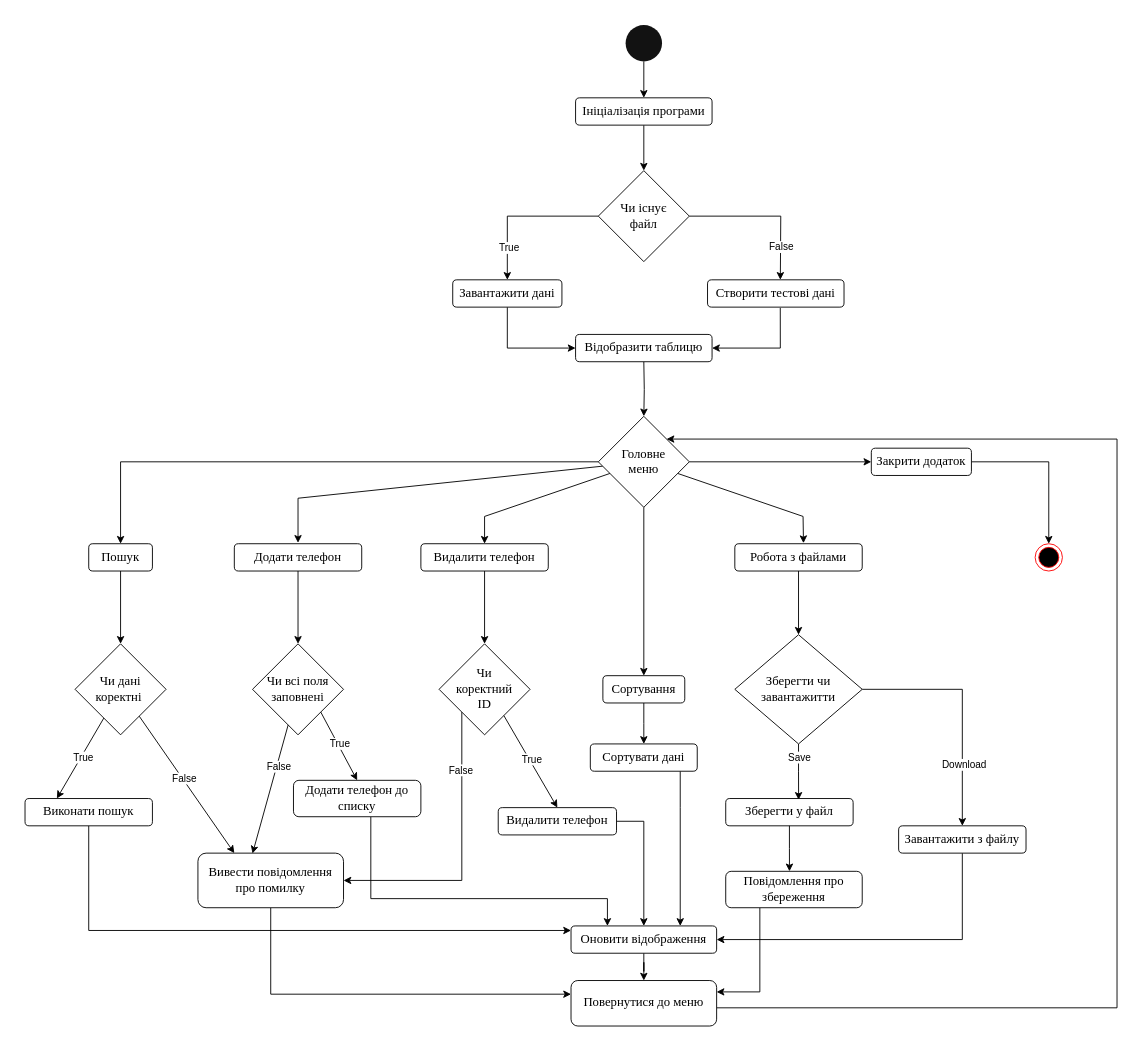
Before: page "activity-diagram" (2 of 2) of usage-chart.drawio in HikiIN/mobile-inventory, a draw.io diagram. Source tidied: cells renumbered, new cells numbered last; positions are measured from the earlier drawing's top-left corner, leaving out a move shared by most shapes. Both pictures are drawn from the tidied source at 91%, with x=0, y=0 at pixel (25, 25).
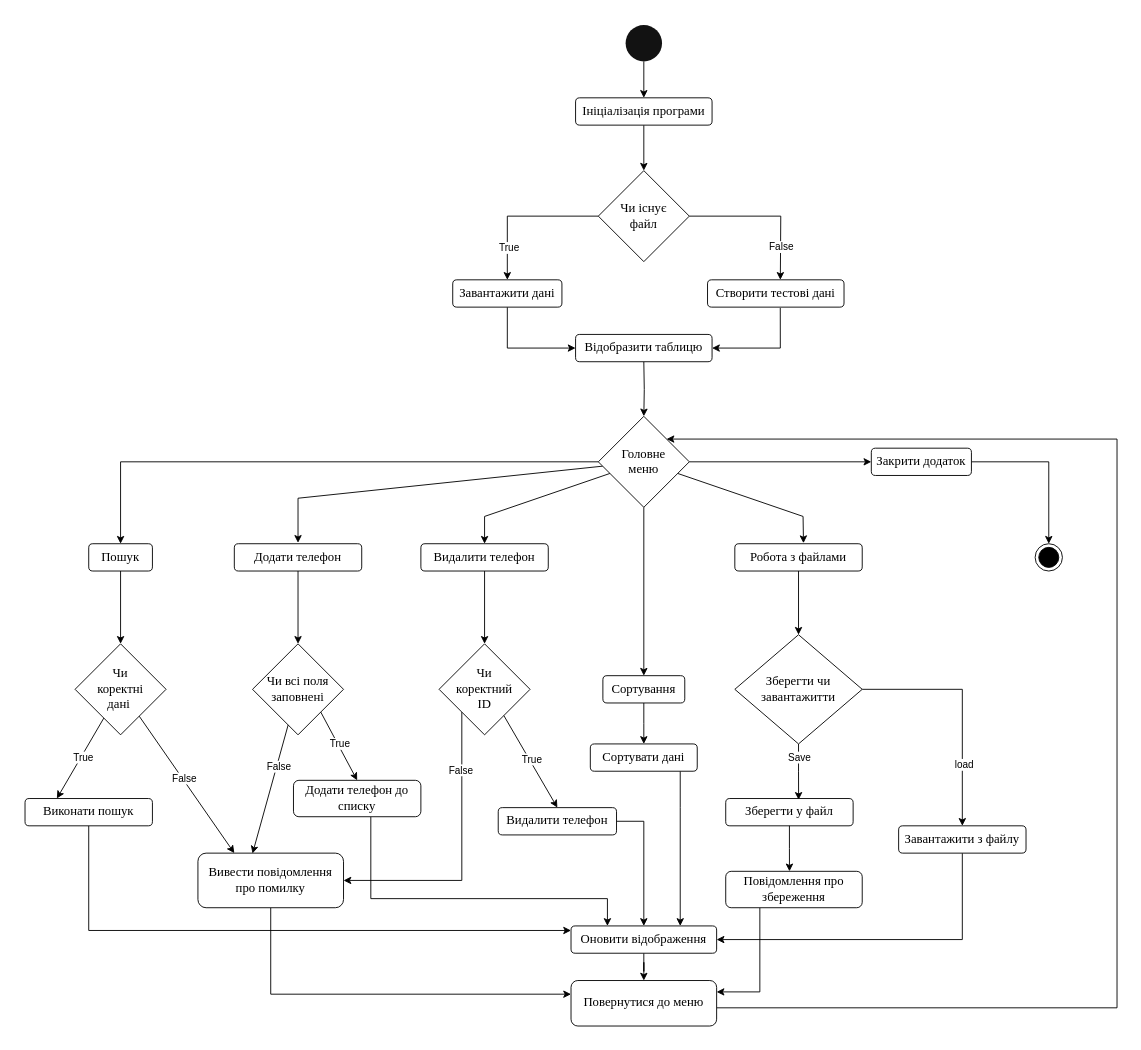
Above is the later version.

The change refers to these unchanged cells:
```xml
<mxCell id="68" style="edgeStyle=orthogonalEdgeStyle;rounded=0;jettySize=auto;html=1;entryX=0.5;entryY=0;entryDx=0;entryDy=0;" parent="1" edge="1" source="70" target="73">
  <mxGeometry relative="1" as="geometry" />
</mxCell>
```

Diff of the diagram source:
```diff
@@
+    <mxCell id="77" style="rounded=0;whiteSpace=wrap;html=1;strokeColor=none;" parent="1" vertex="1">
+      <mxGeometry x="-10" y="-10" width="1220" height="1120" as="geometry" />
+    </mxCell>
@@
-    <mxCell id="19" style="ellipse;html=1;shape=endState;fillColor=#000000;strokeColor=light-dark(#FF0000,#FFF7F7);" parent="1" vertex="1">
+    <mxCell id="19" style="ellipse;html=1;shape=endState;fillColor=#000000;strokeColor=default;" parent="1" vertex="1">
       <mxGeometry x="1110" y="570" width="30" height="30" as="geometry" />
     </mxCell>
@@
-    <mxCell id="24" value="&lt;font face=&quot;Times New Roman&quot;&gt;&lt;span style=&quot;font-size: 14px;&quot;&gt;Чи дані&lt;/span&gt;&lt;/font&gt;&lt;div&gt;&lt;font face=&quot;Times New Roman&quot;&gt;&lt;span style=&quot;font-size: 14px;&quot;&gt;коректні&amp;nbsp;&lt;/span&gt;&lt;/font&gt;&lt;/div&gt;" style="rhombus;whiteSpace=wrap;html=1;" parent="1" vertex="1">
+    <mxCell id="24" value="&lt;font face=&quot;Times New Roman&quot;&gt;&lt;span style=&quot;font-size: 14px;&quot;&gt;Чи&lt;/span&gt;&lt;/font&gt;&lt;div&gt;&lt;span style=&quot;font-family: &amp;quot;Times New Roman&amp;quot;; font-size: 14px;&quot;&gt;коректні&lt;br&gt;&lt;/span&gt;&lt;div&gt;&lt;span style=&quot;font-family: &amp;quot;Times New Roman&amp;quot;; font-size: 14px; background-color: transparent; color: light-dark(rgb(0, 0, 0), rgb(255, 255, 255));&quot;&gt;дані&lt;/span&gt;&lt;font face=&quot;Times New Roman&quot;&gt;&lt;span style=&quot;font-size: 14px;&quot;&gt;&amp;nbsp;&lt;/span&gt;&lt;/font&gt;&lt;/div&gt;&lt;/div&gt;" style="rhombus;whiteSpace=wrap;html=1;" parent="1" vertex="1">
       <mxGeometry x="55" y="680" width="100" height="100" as="geometry" />
     </mxCell>
@@
-    <mxCell id="69" value="Download" style="edgeLabel;html=1;align=center;verticalAlign=middle;" parent="68" vertex="1">
+    <mxCell id="69" value="load" style="edgeLabel;html=1;align=center;verticalAlign=middle;" parent="68" vertex="1">
       <mxGeometry x="0.48" y="1" relative="1" as="geometry" />
     </mxCell>
```
